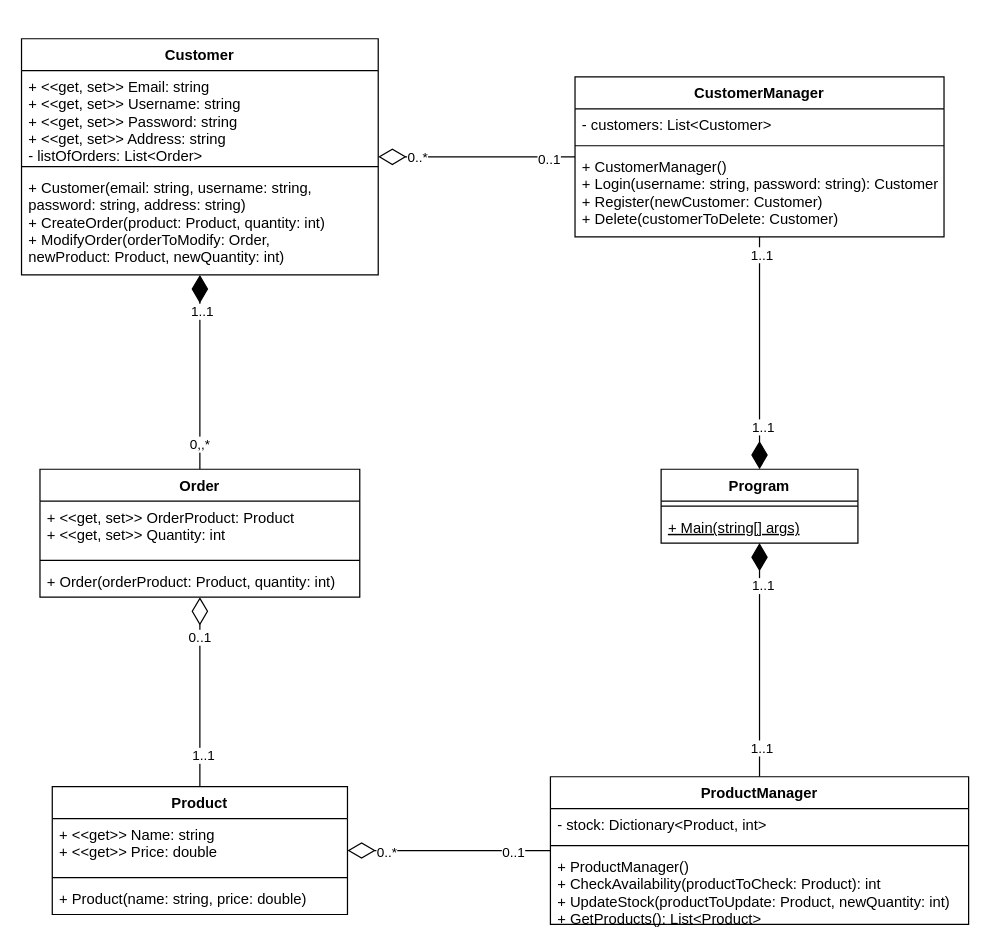
autumnssuns/CAB201_Prac_8_Classes keeps this draw.io diagram as OnlineStore.drawio. Above is the earlier version. Source tidied: cells renumbered, new cells numbered last; positions are measured from the earlier drawing's top-left corner, leaving out a move shared by most shapes. Both pictures are drawn from the tidied source at 123%, with x=0, y=0 at pixel (21, 38).
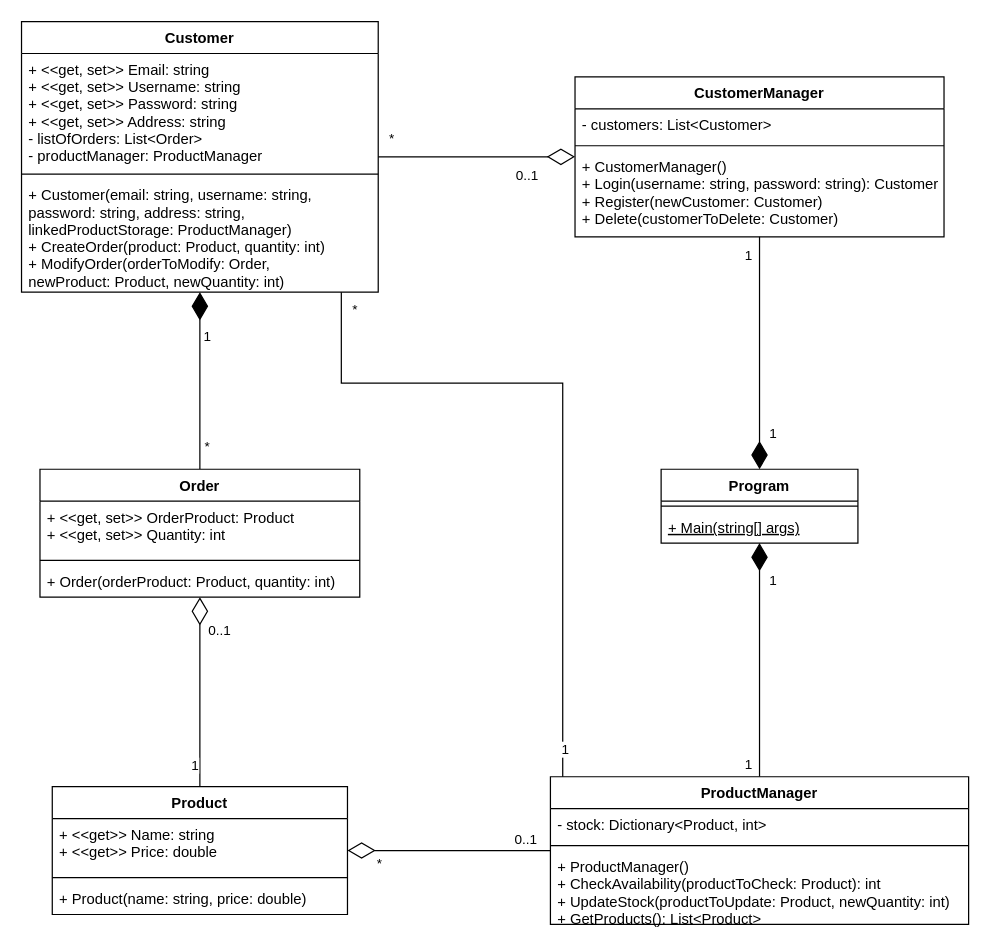
Above is the later version.

Unchanged cells that the change refers to:
```xml
<mxCell id="6" style="edgeStyle=orthogonalEdgeStyle;rounded=0;jettySize=auto;html=1;endArrow=diamondThin;endFill=0;endSize=20;" parent="1" edge="1" source="9" target="16">
  <mxGeometry relative="1" as="geometry" />
</mxCell>
<mxCell id="13" style="edgeStyle=orthogonalEdgeStyle;rounded=0;jettySize=auto;html=1;endArrow=diamondThin;endFill=1;endSize=20;" parent="1" edge="1" source="16" target="2">
  <mxGeometry relative="1" as="geometry" />
</mxCell>
<mxCell id="20" style="edgeStyle=orthogonalEdgeStyle;rounded=0;jettySize=auto;html=1;entryX=0.5;entryY=0;entryDx=0;entryDy=0;endArrow=diamondThin;endFill=1;endSize=20;" parent="1" edge="1" source="26" target="40">
  <mxGeometry relative="1" as="geometry" />
</mxCell>
<mxCell id="26" value="CustomerManager" style="swimlane;fontStyle=1;align=center;verticalAlign=top;horizontal=1;startSize=26;" parent="1" vertex="1">
  <mxGeometry x="450" y="31" width="300" height="130" as="geometry" />
</mxCell>
<mxCell id="30" style="edgeStyle=orthogonalEdgeStyle;rounded=0;jettySize=auto;html=1;endArrow=diamondThin;endFill=1;endSize=20;" parent="1" edge="1" source="36" target="40">
  <mxGeometry relative="1" as="geometry" />
</mxCell>
<mxCell id="33" style="edgeStyle=orthogonalEdgeStyle;rounded=0;jettySize=auto;html=1;endArrow=diamondThin;endFill=0;endSize=20;" parent="1" edge="1" source="36" target="9">
  <mxGeometry relative="1" as="geometry" />
</mxCell>
<mxCell id="36" value="ProductManager" style="swimlane;fontStyle=1;align=center;verticalAlign=top;horizontal=1;startSize=26;" parent="1" vertex="1">
  <mxGeometry x="430" y="600" width="340" height="120" as="geometry" />
</mxCell>
```

What changed in the source:
```diff
@@
     <mxCell id="2" value="Customer" style="swimlane;fontStyle=1;align=center;verticalAlign=top;horizontal=1;startSize=26;" parent="1" vertex="1">
-      <mxGeometry width="290" height="192" as="geometry" />
+      <mxGeometry y="-14" width="290" height="220" as="geometry" />
     </mxCell>
-    <mxCell id="3" value="+ &lt;&lt;get, set&gt;&gt; Email: string&#10;+ &lt;&lt;get, set&gt;&gt; Username: string&#10;+ &lt;&lt;get, set&gt;&gt; Password: string&#10;+ &lt;&lt;get, set&gt;&gt; Address: string&#10;- listOfOrders: List&lt;Order&gt;" style="text;strokeColor=none;fillColor=none;align=left;verticalAlign=top;spacingLeft=4;spacingRight=4;overflow=hidden;" parent="2" vertex="1">
-      <mxGeometry y="26" width="290" height="74" as="geometry" />
+    <mxCell id="3" value="+ &lt;&lt;get, set&gt;&gt; Email: string&#10;+ &lt;&lt;get, set&gt;&gt; Username: string&#10;+ &lt;&lt;get, set&gt;&gt; Password: string&#10;+ &lt;&lt;get, set&gt;&gt; Address: string&#10;- listOfOrders: List&lt;Order&gt;&#10;- productManager: ProductManager" style="text;strokeColor=none;fillColor=none;align=left;verticalAlign=top;spacingLeft=4;spacingRight=4;overflow=hidden;" parent="2" vertex="1">
+      <mxGeometry y="26" width="290" height="94" as="geometry" />
     </mxCell>
     <mxCell id="4" style="line;strokeWidth=1;fillColor=none;align=left;verticalAlign=middle;spacingTop=-1;spacingLeft=3;spacingRight=3;labelPosition=right;strokeColor=inherit;" parent="2" vertex="1">
-      <mxGeometry y="100" width="290" height="8" as="geometry" />
+      <mxGeometry y="120" width="290" height="8" as="geometry" />
     </mxCell>
-    <mxCell id="5" value="+ Customer(email: string, username: string, &#10;password: string, address: string)&#10;+ CreateOrder(product: Product, quantity: int)&#10;+ ModifyOrder(orderToModify: Order, &#10;newProduct: Product, newQuantity: int)" style="text;strokeColor=none;fillColor=none;align=left;verticalAlign=top;spacingLeft=4;spacingRight=4;overflow=hidden;points=[[0,0.5],[1,0.5]];portConstraint=eastwest;" parent="2" vertex="1">
-      <mxGeometry y="108" width="290" height="84" as="geometry" />
+    <mxCell id="5" value="+ Customer(email: string, username: string, &#10;password: string, address: string, &#10;linkedProductStorage: ProductManager)&#10;+ CreateOrder(product: Product, quantity: int)&#10;+ ModifyOrder(orderToModify: Order, &#10;newProduct: Product, newQuantity: int)" style="text;strokeColor=none;fillColor=none;align=left;verticalAlign=top;spacingLeft=4;spacingRight=4;overflow=hidden;points=[[0,0.5],[1,0.5]];portConstraint=eastwest;" parent="2" vertex="1">
+      <mxGeometry y="128" width="290" height="92" as="geometry" />
     </mxCell>
@@
     <mxCell id="7" value="0..1" style="edgeLabel;html=1;align=center;verticalAlign=middle;" parent="6" vertex="1">
-      <mxGeometry x="0.59" y="1" relative="1" as="geometry" />
+      <mxGeometry x="0.59" y="1" relative="1" as="geometry">
+        <mxPoint x="16" y="-6" as="offset" />
+      </mxGeometry>
     </mxCell>
-    <mxCell id="8" value="1..1" style="edgeLabel;html=1;align=center;verticalAlign=middle;" parent="6" vertex="1">
-      <mxGeometry x="-0.66" y="-2" relative="1" as="geometry" />
+    <mxCell id="8" value="1" style="edgeLabel;html=1;align=center;verticalAlign=middle;" parent="6" vertex="1">
+      <mxGeometry x="-0.66" y="-2" relative="1" as="geometry">
+        <mxPoint x="-7" y="8" as="offset" />
+      </mxGeometry>
     </mxCell>
@@
-    <mxCell id="14" value="1..1" style="edgeLabel;html=1;align=center;verticalAlign=middle;" parent="13" vertex="1">
-      <mxGeometry x="0.63" y="-1" relative="1" as="geometry" />
+    <mxCell id="14" value="1" style="edgeLabel;html=1;align=center;verticalAlign=middle;" parent="13" vertex="1">
+      <mxGeometry x="0.63" y="-1" relative="1" as="geometry">
+        <mxPoint x="4" y="8" as="offset" />
+      </mxGeometry>
     </mxCell>
-    <mxCell id="15" value="0,,*" style="edgeLabel;html=1;align=center;verticalAlign=middle;" parent="13" vertex="1">
-      <mxGeometry x="-0.74" y="1" relative="1" as="geometry" />
+    <mxCell id="15" value="*" style="edgeLabel;html=1;align=center;verticalAlign=middle;" parent="13" vertex="1">
+      <mxGeometry x="-0.74" y="1" relative="1" as="geometry">
+        <mxPoint x="6" as="offset" />
+      </mxGeometry>
     </mxCell>
@@
-    <mxCell id="21" value="1..1" style="edgeLabel;html=1;align=center;verticalAlign=middle;" parent="20" vertex="1">
-      <mxGeometry x="-0.85" y="1" relative="1" as="geometry" />
+    <mxCell id="21" value="1" style="edgeLabel;html=1;align=center;verticalAlign=middle;" parent="20" vertex="1">
+      <mxGeometry x="-0.85" y="1" relative="1" as="geometry">
+        <mxPoint x="-11" as="offset" />
+      </mxGeometry>
     </mxCell>
-    <mxCell id="22" value="1..1" style="edgeLabel;html=1;align=center;verticalAlign=middle;" parent="20" vertex="1">
-      <mxGeometry x="0.63" y="2" relative="1" as="geometry" />
+    <mxCell id="22" value="1" style="edgeLabel;html=1;align=center;verticalAlign=middle;" parent="20" vertex="1">
+      <mxGeometry x="0.63" y="2" relative="1" as="geometry">
+        <mxPoint x="8" y="5" as="offset" />
+      </mxGeometry>
     </mxCell>
-    <mxCell id="23" style="edgeStyle=orthogonalEdgeStyle;rounded=0;jettySize=auto;html=1;endArrow=diamondThin;endFill=0;endSize=20;" parent="1" edge="1" source="26" target="2">
+    <mxCell id="23" style="edgeStyle=orthogonalEdgeStyle;rounded=0;jettySize=auto;html=1;endArrow=none;endFill=0;endSize=20;startArrow=diamondThin;startFill=0;startSize=20;" parent="1" edge="1" source="26" target="2">
       <mxGeometry relative="1" as="geometry" />
     </mxCell>
     <mxCell id="24" value="0..1" style="edgeLabel;html=1;align=center;verticalAlign=middle;" parent="23" vertex="1">
-      <mxGeometry x="-0.72" y="1" relative="1" as="geometry" />
+      <mxGeometry x="-0.72" y="1" relative="1" as="geometry">
+        <mxPoint x="-18" y="13" as="offset" />
+      </mxGeometry>
     </mxCell>
-    <mxCell id="25" value="0..*" style="edgeLabel;html=1;align=center;verticalAlign=middle;" parent="23" vertex="1">
-      <mxGeometry x="0.61" relative="1" as="geometry" />
+    <mxCell id="25" value="*" style="edgeLabel;html=1;align=center;verticalAlign=middle;" parent="23" vertex="1">
+      <mxGeometry x="0.61" relative="1" as="geometry">
+        <mxPoint x="-21" y="-16" as="offset" />
+      </mxGeometry>
     </mxCell>
@@
-    <mxCell id="31" value="1..1" style="edgeLabel;html=1;align=center;verticalAlign=middle;" parent="30" vertex="1">
-      <mxGeometry x="0.64" y="-2" relative="1" as="geometry" />
+    <mxCell id="31" value="1" style="edgeLabel;html=1;align=center;verticalAlign=middle;" parent="30" vertex="1">
+      <mxGeometry x="0.64" y="-2" relative="1" as="geometry">
+        <mxPoint x="8" y="-4" as="offset" />
+      </mxGeometry>
     </mxCell>
-    <mxCell id="32" value="1..1" style="edgeLabel;html=1;align=center;verticalAlign=middle;" parent="30" vertex="1">
-      <mxGeometry x="-0.75" y="-1" relative="1" as="geometry" />
+    <mxCell id="32" value="1" style="edgeLabel;html=1;align=center;verticalAlign=middle;" parent="30" vertex="1">
+      <mxGeometry x="-0.75" y="-1" relative="1" as="geometry">
+        <mxPoint x="-11" y="13" as="offset" />
+      </mxGeometry>
     </mxCell>
@@
     <mxCell id="34" value="0..1" style="edgeLabel;html=1;align=center;verticalAlign=middle;" parent="33" vertex="1">
-      <mxGeometry x="-0.63" y="1" relative="1" as="geometry" />
+      <mxGeometry x="-0.63" y="1" relative="1" as="geometry">
+        <mxPoint x="10" y="-11" as="offset" />
+      </mxGeometry>
     </mxCell>
-    <mxCell id="35" value="0..*" style="edgeLabel;html=1;align=center;verticalAlign=middle;" parent="33" vertex="1">
-      <mxGeometry x="0.63" y="1" relative="1" as="geometry" />
+    <mxCell id="35" value="*" style="edgeLabel;html=1;align=center;verticalAlign=middle;" parent="33" vertex="1">
+      <mxGeometry x="0.63" y="1" relative="1" as="geometry">
+        <mxPoint x="-6" y="9" as="offset" />
+      </mxGeometry>
     </mxCell>
@@
+    <mxCell id="43" style="edgeStyle=orthogonalEdgeStyle;rounded=0;jettySize=auto;html=1;endArrow=none;endFill=0;" parent="1" edge="1" source="5" target="36">
+      <mxGeometry relative="1" as="geometry">
+        <Array as="points">
+          <mxPoint x="260" y="280" />
+          <mxPoint x="440" y="280" />
+        </Array>
+      </mxGeometry>
+    </mxCell>
+    <mxCell id="44" value="*" style="edgeLabel;html=1;align=center;verticalAlign=middle;" parent="43" vertex="1">
+      <mxGeometry x="-0.95" y="2" relative="1" as="geometry">
+        <mxPoint x="8" y="-1" as="offset" />
+      </mxGeometry>
+    </mxCell>
+    <mxCell id="45" value="1" style="edgeLabel;html=1;align=center;verticalAlign=middle;" parent="43" vertex="1">
+      <mxGeometry x="0.92" y="1" relative="1" as="geometry" />
+    </mxCell>
```
